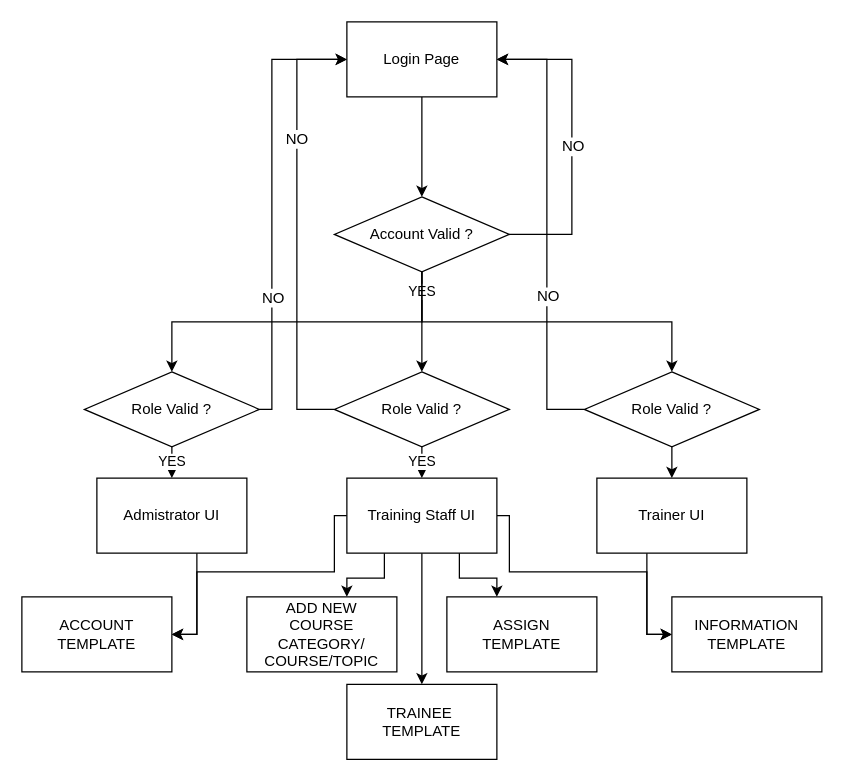
Earlier version of the draw.io diagram Diagrams/App_Dev_SCREENFLOW.drawio (ollylll97lll/ApplicationDev). Source tidied: cells renumbered, new cells numbered last; positions are measured from the earlier drawing's top-left corner, leaving out a move shared by most shapes. Both pictures are drawn from the tidied source at 125%, with x=0, y=0 at pixel (21, 21).
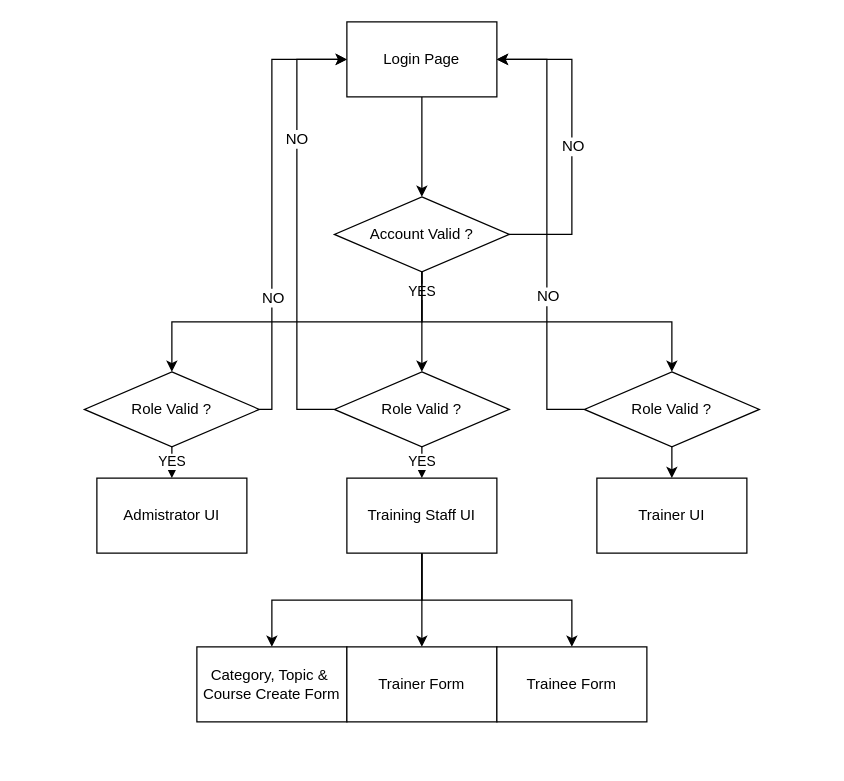
Above is the later version.

The change refers to these unchanged cells:
```xml
<mxCell id="5" value="Admistrator UI" style="rounded=0;whiteSpace=wrap;html=1;" parent="1" vertex="1">
  <mxGeometry x="60" y="365" width="120" height="60" as="geometry" />
</mxCell>
<mxCell id="10" value="Training Staff UI" style="rounded=0;whiteSpace=wrap;html=1;" parent="1" vertex="1">
  <mxGeometry x="260" y="365" width="120" height="60" as="geometry" />
</mxCell>
<mxCell id="12" value="Trainer UI" style="rounded=0;whiteSpace=wrap;html=1;" parent="1" vertex="1">
  <mxGeometry x="460" y="365" width="120" height="60" as="geometry" />
</mxCell>
```

Diff of the diagram source:
```diff
@@
-    <mxCell id="4" style="edgeStyle=orthogonalEdgeStyle;rounded=0;jettySize=auto;html=1;" parent="1" edge="1" source="5" target="31">
-      <mxGeometry relative="1" as="geometry">
-        <Array as="points">
-          <mxPoint x="140" y="490" />
-        </Array>
-      </mxGeometry>
-    </mxCell>
@@
-    <mxCell id="6" style="edgeStyle=orthogonalEdgeStyle;rounded=0;jettySize=auto;html=1;" parent="1" edge="1" source="10" target="31">
-      <mxGeometry relative="1" as="geometry">
-        <Array as="points">
-          <mxPoint x="250" y="395" />
-          <mxPoint x="250" y="440" />
-          <mxPoint x="140" y="440" />
-          <mxPoint x="140" y="490" />
-        </Array>
-      </mxGeometry>
-    </mxCell>
-    <mxCell id="7" style="edgeStyle=orthogonalEdgeStyle;rounded=0;jettySize=auto;html=1;" parent="1" edge="1" source="10" target="32">
-      <mxGeometry relative="1" as="geometry">
-        <Array as="points">
-          <mxPoint x="390" y="395" />
-          <mxPoint x="390" y="440" />
-          <mxPoint x="500" y="440" />
-          <mxPoint x="500" y="490" />
-        </Array>
-      </mxGeometry>
-    </mxCell>
-    <mxCell id="8" style="edgeStyle=orthogonalEdgeStyle;rounded=0;jettySize=auto;html=1;" parent="1" edge="1" source="10" target="33">
-      <mxGeometry relative="1" as="geometry">
-        <Array as="points">
-          <mxPoint x="290" y="445" />
-          <mxPoint x="260" y="445" />
-        </Array>
-      </mxGeometry>
-    </mxCell>
-    <mxCell id="9" style="edgeStyle=orthogonalEdgeStyle;rounded=0;jettySize=auto;html=1;" parent="1" edge="1" source="10" target="36">
-      <mxGeometry relative="1" as="geometry" />
-    </mxCell>
+    <mxCell id="37" style="edgeStyle=orthogonalEdgeStyle;rounded=0;jettySize=auto;html=1;" parent="1" edge="1" source="10" target="40">
+      <mxGeometry relative="1" as="geometry" />
+    </mxCell>
+    <mxCell id="38" style="edgeStyle=orthogonalEdgeStyle;rounded=0;jettySize=auto;html=1;" parent="1" edge="1" source="10" target="41">
+      <mxGeometry relative="1" as="geometry" />
+    </mxCell>
+    <mxCell id="39" style="edgeStyle=orthogonalEdgeStyle;rounded=0;jettySize=auto;html=1;" parent="1" edge="1" source="10" target="42">
+      <mxGeometry relative="1" as="geometry" />
+    </mxCell>
@@
-    <mxCell id="11" style="edgeStyle=orthogonalEdgeStyle;rounded=0;jettySize=auto;html=1;" parent="1" edge="1" source="12" target="32">
-      <mxGeometry relative="1" as="geometry">
-        <Array as="points">
-          <mxPoint x="500" y="490" />
-        </Array>
-      </mxGeometry>
-    </mxCell>
@@
-    <mxCell id="31" value="ACCOUNT TEMPLATE" style="rounded=0;whiteSpace=wrap;html=1;" parent="1" vertex="1">
-      <mxGeometry y="460" width="120" height="60" as="geometry" />
-    </mxCell>
-    <mxCell id="32" value="INFORMATION&lt;br&gt;TEMPLATE" style="rounded=0;whiteSpace=wrap;html=1;" parent="1" vertex="1">
-      <mxGeometry x="520" y="460" width="120" height="60" as="geometry" />
-    </mxCell>
-    <mxCell id="33" value="ADD NEW &lt;br&gt;COURSE CATEGORY/ COURSE/TOPIC" style="rounded=0;whiteSpace=wrap;html=1;" parent="1" vertex="1">
-      <mxGeometry x="180" y="460" width="120" height="60" as="geometry" />
-    </mxCell>
-    <mxCell id="34" value="ASSIGN&lt;br&gt;TEMPLATE" style="rounded=0;whiteSpace=wrap;html=1;" parent="1" vertex="1">
-      <mxGeometry x="340" y="460" width="120" height="60" as="geometry" />
-    </mxCell>
-    <mxCell id="35" style="edgeStyle=orthogonalEdgeStyle;rounded=0;jettySize=auto;html=1;" parent="1" edge="1" source="10" target="34">
-      <mxGeometry relative="1" as="geometry">
-        <Array as="points">
-          <mxPoint x="350" y="445" />
-          <mxPoint x="380" y="445" />
-        </Array>
-      </mxGeometry>
-    </mxCell>
-    <mxCell id="36" value="TRAINEE&amp;nbsp;&lt;br&gt;TEMPLATE" style="rounded=0;whiteSpace=wrap;html=1;" parent="1" vertex="1">
-      <mxGeometry x="260" y="530" width="120" height="60" as="geometry" />
-    </mxCell>
+    <mxCell id="40" value="Category, Topic &amp;amp;&amp;nbsp; Course Create Form" style="rounded=0;whiteSpace=wrap;html=1;" parent="1" vertex="1">
+      <mxGeometry x="140" y="500" width="120" height="60" as="geometry" />
+    </mxCell>
+    <mxCell id="41" value="Trainer Form" style="rounded=0;whiteSpace=wrap;html=1;" parent="1" vertex="1">
+      <mxGeometry x="260" y="500" width="120" height="60" as="geometry" />
+    </mxCell>
+    <mxCell id="42" value="Trainee Form" style="rounded=0;whiteSpace=wrap;html=1;" parent="1" vertex="1">
+      <mxGeometry x="380" y="500" width="120" height="60" as="geometry" />
+    </mxCell>
```
